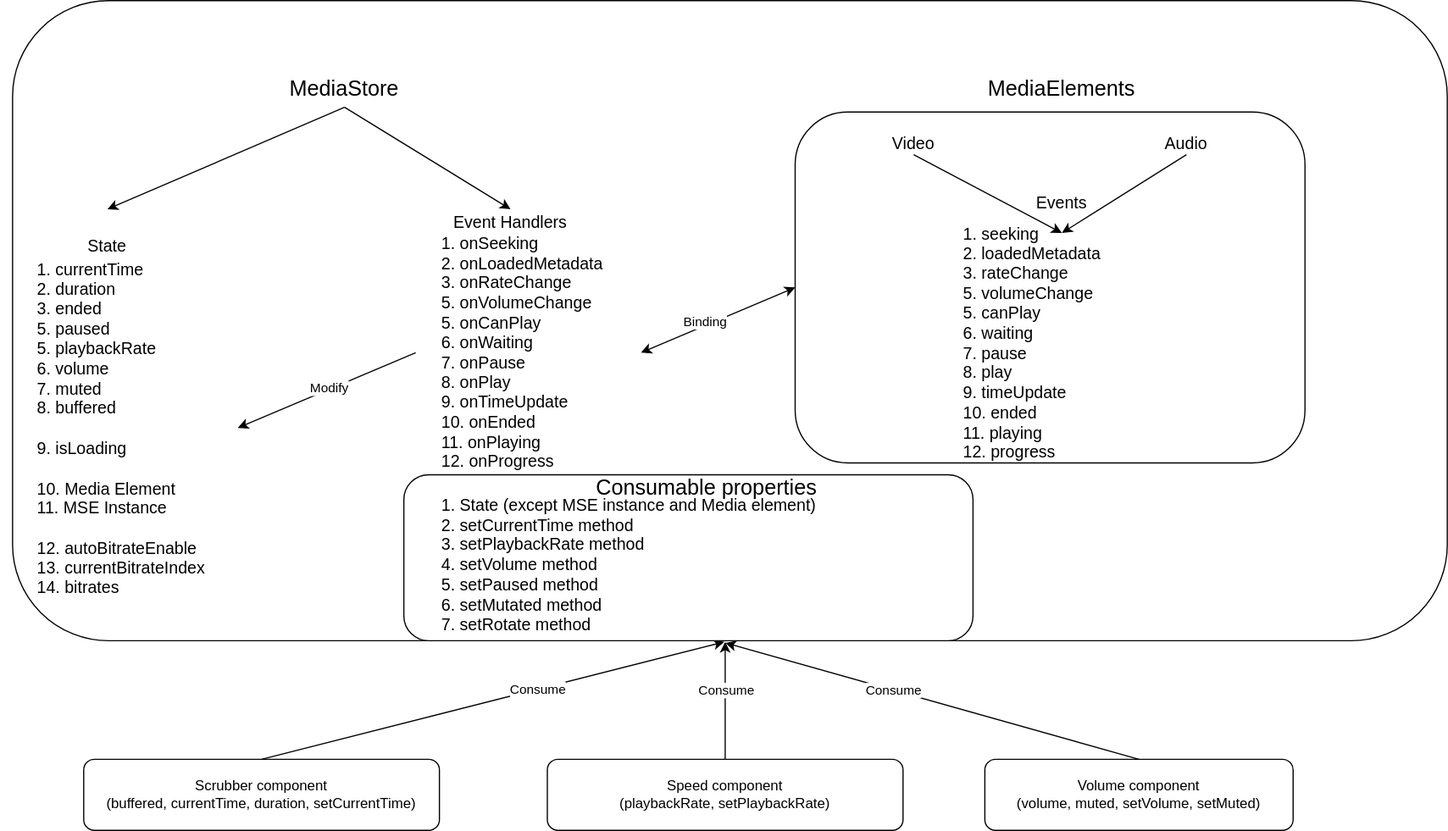
willnguyen1312/var-hls keeps this draw.io diagram as images/var_hls.svg. Above is the earlier version. Source tidied: cells renumbered, new cells last; positions are measured from the earlier drawing's top-left corner, leaving out a move shared by most shapes.
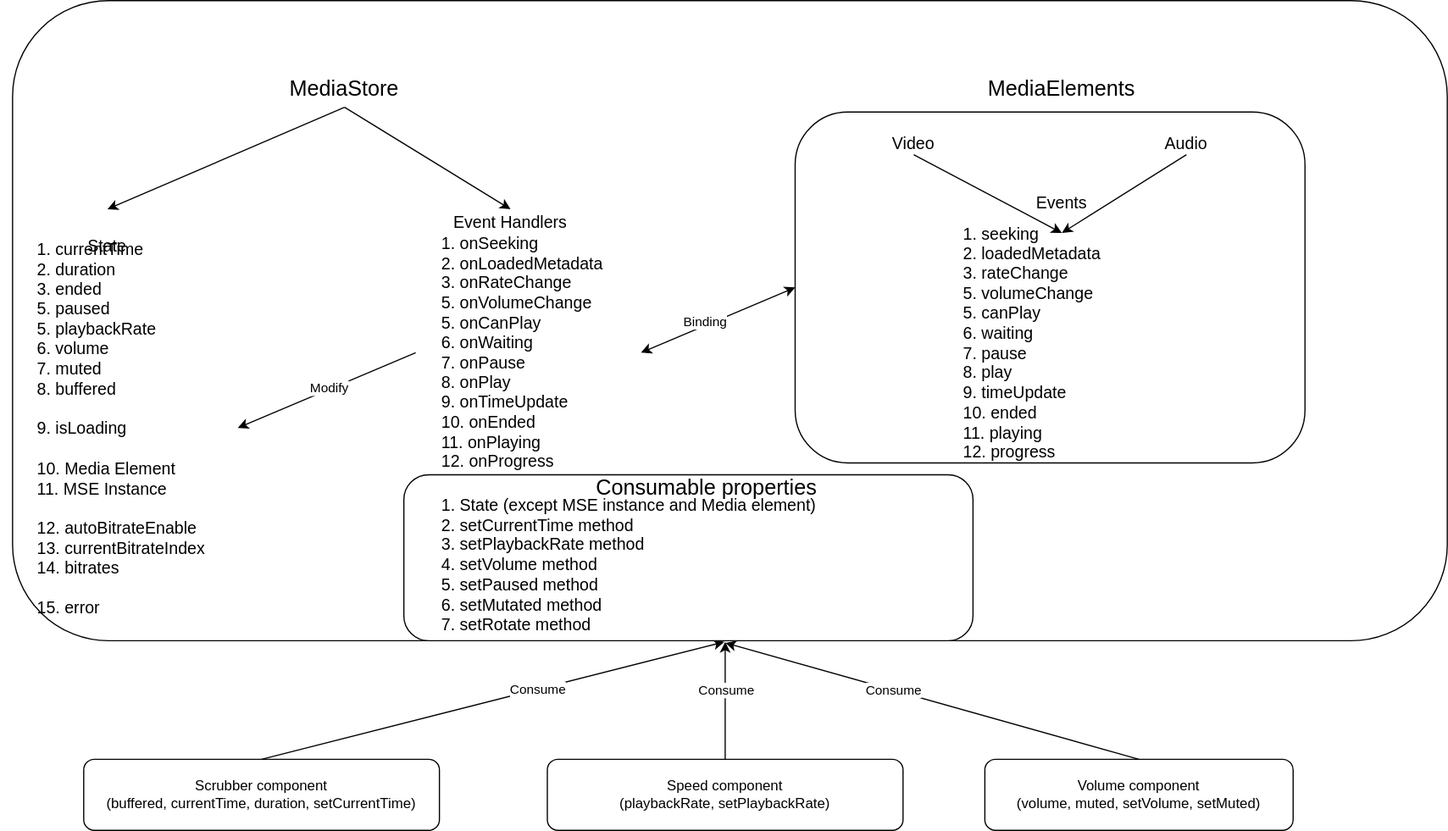
Later version of the same file.

The edit, as a diff of the source:
```diff
@@ -8,7 +8,7 @@
     <mxCell id="3" value="&lt;font style=&quot;font-size: 18px&quot;&gt;MediaStore&lt;/font&gt;" style="text;html=1;strokeColor=none;fillColor=none;align=center;verticalAlign=middle;whiteSpace=wrap;rounded=0;" parent="1" vertex="1">
       <mxGeometry x="235" y="60" width="110" height="30" as="geometry" />
     </mxCell>
-    <mxCell id="4" value="&lt;font style=&quot;font-size: 14px&quot;&gt;1. currentTime&lt;br&gt;2. duration&lt;br&gt;3. ended&lt;br&gt;5. paused&lt;br&gt;5. playbackRate&lt;br&gt;6. volume&lt;br&gt;7. muted&lt;br&gt;8. buffered&lt;br&gt;&lt;br&gt;9. isLoading&lt;br&gt;&lt;br&gt;10. Media Element&lt;br&gt;11. MSE Instance&lt;br&gt;&lt;br&gt;12. autoBitrateEnable&lt;br&gt;13. currentBitrateIndex&lt;br&gt;14. bitrates&lt;br&gt;&lt;/font&gt;" style="text;html=1;strokeColor=none;fillColor=none;align=left;verticalAlign=middle;whiteSpace=wrap;rounded=0;" parent="1" vertex="1">
+    <mxCell id="4" value="&lt;font style=&quot;font-size: 14px&quot;&gt;1. currentTime&lt;br&gt;2. duration&lt;br&gt;3. ended&lt;br&gt;5. paused&lt;br&gt;5. playbackRate&lt;br&gt;6. volume&lt;br&gt;7. muted&lt;br&gt;8. buffered&lt;br&gt;&lt;br&gt;9. isLoading&lt;br&gt;&lt;br&gt;10. Media Element&lt;br&gt;11. MSE Instance&lt;br&gt;&lt;br&gt;12. autoBitrateEnable&lt;br&gt;13. currentBitrateIndex&lt;br&gt;14. bitrates&lt;br&gt;&lt;br&gt;15. error&lt;br&gt;&lt;/font&gt;" style="text;html=1;strokeColor=none;fillColor=none;align=left;verticalAlign=middle;whiteSpace=wrap;rounded=0;" parent="1" vertex="1">
       <mxGeometry x="29" y="210" width="171" height="301" as="geometry" />
     </mxCell>
     <mxCell id="5" value="&lt;font style=&quot;font-size: 14px&quot;&gt;State&lt;/font&gt;" style="text;html=1;strokeColor=none;fillColor=none;align=center;verticalAlign=middle;whiteSpace=wrap;rounded=0;fontSize=16;" parent="1" vertex="1">
```
